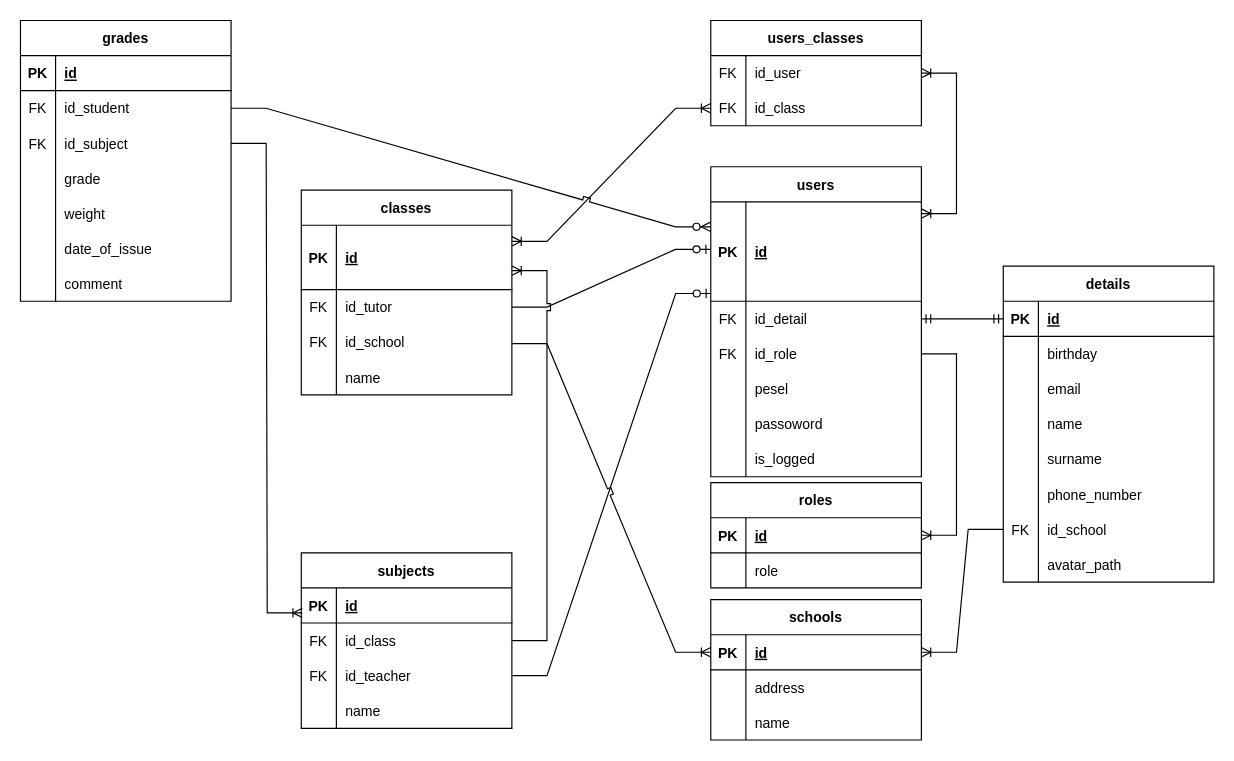
Before: Diarium_cut.drawio in Wadowski-Mateusz/WdPAI, a draw.io diagram. Source tidied: cells renumbered, new cells numbered last; positions are measured from the earlier drawing's top-left corner, leaving out a move shared by most shapes. Both pictures are drawn from the tidied source at 117%, with x=0, y=0 at pixel (20, 20).
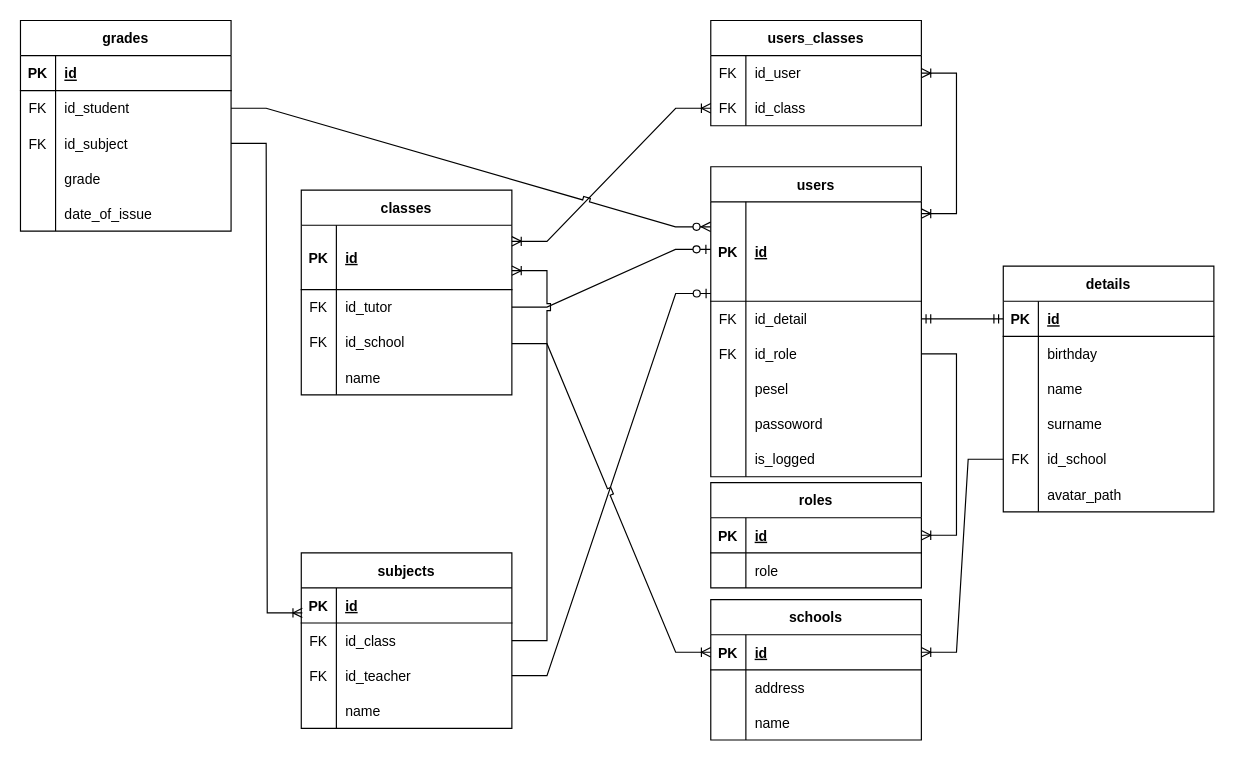
The same diagram, later.

Change to the diagram source:
```diff
@@
     <mxCell id="2" value="grades" style="shape=table;startSize=30;childLayout=tableLayout;rowLines=0;fontStyle=1;align=center;rounded=0;labelBackgroundColor=none;" parent="1" vertex="1">
-      <mxGeometry width="180" height="240" as="geometry" />
+      <mxGeometry width="180" height="180" as="geometry" />
     </mxCell>
@@
-    <mxCell id="15" style="shape=tableRow;horizontal=0;startSize=0;swimlaneHead=0;swimlaneBody=0;fillColor=none;top=0;left=0;right=0;bottom=0;rounded=0;labelBackgroundColor=none;" parent="2" vertex="1">
-      <mxGeometry y="150" width="180" height="30" as="geometry" />
-    </mxCell>
-    <mxCell id="16" style="shape=partialRectangle;fillColor=none;top=0;left=0;bottom=0;right=0;overflow=hidden;rounded=0;labelBackgroundColor=none;" parent="15" vertex="1">
-      <mxGeometry width="30" height="30" as="geometry" />
-    </mxCell>
-    <mxCell id="17" value="weight" style="shape=partialRectangle;fillColor=none;top=0;left=0;bottom=0;right=0;align=left;spacingLeft=6;overflow=hidden;rounded=0;labelBackgroundColor=none;" parent="15" vertex="1">
-      <mxGeometry x="30" width="150" height="30" as="geometry" />
-    </mxCell>
     <mxCell id="18" style="shape=tableRow;horizontal=0;startSize=0;swimlaneHead=0;swimlaneBody=0;fillColor=none;top=0;left=0;right=0;bottom=0;rounded=0;labelBackgroundColor=none;" parent="2" vertex="1">
-      <mxGeometry y="180" width="180" height="30" as="geometry" />
+      <mxGeometry y="150" width="180" height="30" as="geometry" />
     </mxCell>
@@
-    <mxCell id="21" style="shape=tableRow;horizontal=0;startSize=0;swimlaneHead=0;swimlaneBody=0;fillColor=none;top=0;left=0;right=0;bottom=0;rounded=0;labelBackgroundColor=none;" parent="2" vertex="1">
-      <mxGeometry y="210" width="180" height="30" as="geometry" />
-    </mxCell>
-    <mxCell id="22" style="shape=partialRectangle;fillColor=none;top=0;left=0;bottom=0;right=0;overflow=hidden;rounded=0;labelBackgroundColor=none;" parent="21" vertex="1">
-      <mxGeometry width="30" height="30" as="geometry" />
-    </mxCell>
-    <mxCell id="23" value="comment" style="shape=partialRectangle;fillColor=none;top=0;left=0;bottom=0;right=0;align=left;spacingLeft=6;overflow=hidden;rounded=0;labelBackgroundColor=none;" parent="21" vertex="1">
-      <mxGeometry x="30" width="150" height="30" as="geometry" />
-    </mxCell>
@@
     <mxCell id="86" value="details" style="shape=table;startSize=30;childLayout=tableLayout;rowLines=0;fontStyle=1;align=center;rounded=0;labelBackgroundColor=none;" parent="1" vertex="1">
-      <mxGeometry x="840" y="210" width="180" height="270" as="geometry" />
+      <mxGeometry x="840" y="210" width="180" height="210" as="geometry" />
     </mxCell>
@@
-    <mxCell id="93" style="shape=tableRow;horizontal=0;startSize=0;swimlaneHead=0;swimlaneBody=0;fillColor=none;top=0;left=0;right=0;bottom=0;rounded=0;labelBackgroundColor=none;" parent="86" vertex="1">
-      <mxGeometry y="90" width="180" height="30" as="geometry" />
-    </mxCell>
-    <mxCell id="94" style="shape=partialRectangle;fillColor=none;top=0;left=0;bottom=0;right=0;overflow=hidden;rounded=0;labelBackgroundColor=none;" parent="93" vertex="1">
-      <mxGeometry width="30" height="30" as="geometry" />
-    </mxCell>
-    <mxCell id="95" value="email" style="shape=partialRectangle;fillColor=none;top=0;left=0;bottom=0;right=0;align=left;spacingLeft=6;overflow=hidden;rounded=0;labelBackgroundColor=none;" parent="93" vertex="1">
-      <mxGeometry x="30" width="150" height="30" as="geometry" />
-    </mxCell>
     <mxCell id="96" style="shape=tableRow;horizontal=0;startSize=0;swimlaneHead=0;swimlaneBody=0;fillColor=none;top=0;left=0;right=0;bottom=0;rounded=0;labelBackgroundColor=none;" parent="86" vertex="1">
-      <mxGeometry y="120" width="180" height="30" as="geometry" />
+      <mxGeometry y="90" width="180" height="30" as="geometry" />
     </mxCell>
@@
     <mxCell id="99" style="shape=tableRow;horizontal=0;startSize=0;swimlaneHead=0;swimlaneBody=0;fillColor=none;top=0;left=0;right=0;bottom=0;rounded=0;labelBackgroundColor=none;" parent="86" vertex="1">
-      <mxGeometry y="150" width="180" height="30" as="geometry" />
+      <mxGeometry y="120" width="180" height="30" as="geometry" />
     </mxCell>
@@
-    <mxCell id="102" style="shape=tableRow;horizontal=0;startSize=0;swimlaneHead=0;swimlaneBody=0;fillColor=none;top=0;left=0;right=0;bottom=0;rounded=0;labelBackgroundColor=none;" parent="86" vertex="1">
-      <mxGeometry y="180" width="180" height="30" as="geometry" />
-    </mxCell>
-    <mxCell id="103" style="shape=partialRectangle;fillColor=none;top=0;left=0;bottom=0;right=0;overflow=hidden;rounded=0;labelBackgroundColor=none;" parent="102" vertex="1">
-      <mxGeometry width="30" height="30" as="geometry" />
-    </mxCell>
-    <mxCell id="104" value="phone_number" style="shape=partialRectangle;fillColor=none;top=0;left=0;bottom=0;right=0;align=left;spacingLeft=6;overflow=hidden;rounded=0;labelBackgroundColor=none;" parent="102" vertex="1">
-      <mxGeometry x="30" width="150" height="30" as="geometry" />
-    </mxCell>
     <mxCell id="105" style="shape=tableRow;horizontal=0;startSize=0;swimlaneHead=0;swimlaneBody=0;fillColor=none;points=[[0,0.5],[1,0.5]];portConstraint=eastwest;top=0;left=0;right=0;bottom=0;rounded=0;labelBackgroundColor=none;" parent="86" vertex="1">
-      <mxGeometry y="210" width="180" height="30" as="geometry" />
+      <mxGeometry y="150" width="180" height="30" as="geometry" />
     </mxCell>
@@
     <mxCell id="108" style="shape=tableRow;horizontal=0;startSize=0;swimlaneHead=0;swimlaneBody=0;fillColor=none;top=0;left=0;right=0;bottom=0;" parent="86" vertex="1">
-      <mxGeometry y="240" width="180" height="30" as="geometry" />
+      <mxGeometry y="180" width="180" height="30" as="geometry" />
     </mxCell>
```
